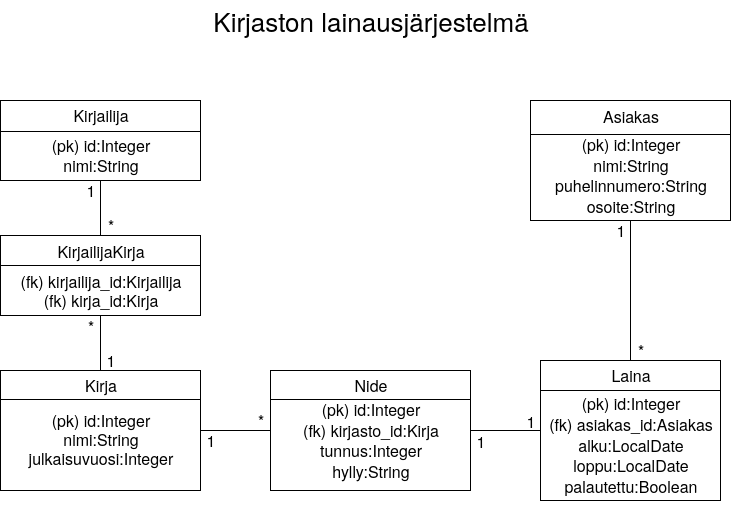
The draw.io diagram documentation/Tsoha2020.png in hmhei/Tsoha2020, before a commit. Source tidied: cells renumbered, new cells last; positions are measured from the earlier drawing's top-left corner, leaving out a move shared by most shapes.
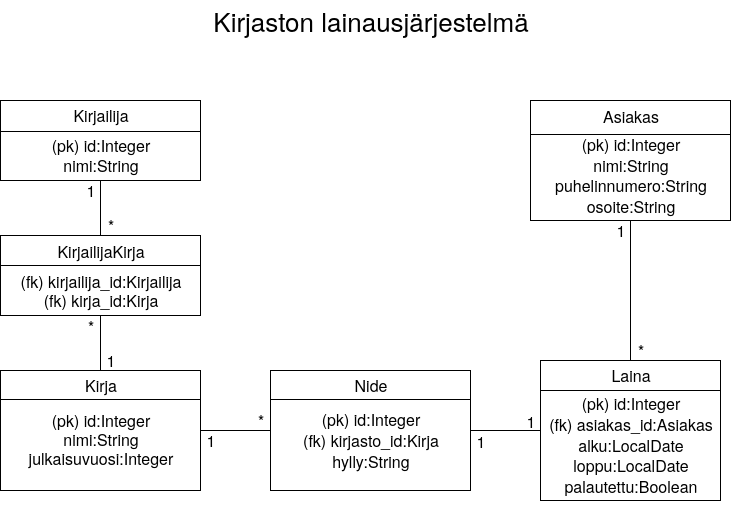
Above is the later version.

Commit message:
Niteestä poistettu turha tunnus

Diff of the diagram source:
```diff
@@ -23,7 +23,7 @@
     <mxCell id="8" value="&lt;div style=&quot;font-size: 16px&quot;&gt;&lt;font style=&quot;font-size: 16px&quot; face=&quot;Helvetica&quot;&gt;&lt;br&gt;&lt;/font&gt;&lt;/div&gt;&lt;div style=&quot;font-size: 16px&quot;&gt;&lt;font style=&quot;font-size: 16px&quot; face=&quot;Helvetica&quot;&gt;(pk) id:Integer&lt;/font&gt;&lt;/div&gt;&lt;div style=&quot;font-size: 16px&quot;&gt;&lt;font style=&quot;font-size: 16px&quot; face=&quot;Helvetica&quot;&gt;nimi:String&lt;/font&gt;&lt;/div&gt;" style="text;html=1;strokeColor=none;fillColor=none;align=center;verticalAlign=middle;whiteSpace=wrap;rounded=0;fontFamily=Times New Roman;" parent="1" vertex="1">
       <mxGeometry y="110" width="200" height="70" as="geometry" />
     </mxCell>
-    <mxCell id="9" value="&lt;div style=&quot;font-size: 16px&quot;&gt;&lt;font style=&quot;font-size: 16px&quot; face=&quot;Helvetica&quot;&gt;&lt;br&gt;&lt;/font&gt;&lt;/div&gt;&lt;div style=&quot;font-size: 16px&quot;&gt;&lt;font style=&quot;font-size: 16px&quot; face=&quot;Helvetica&quot;&gt;&lt;br&gt;&lt;/font&gt;&lt;/div&gt;&lt;div style=&quot;font-size: 16px&quot;&gt;&lt;font style=&quot;font-size: 16px&quot; face=&quot;Helvetica&quot;&gt;&lt;br&gt;&lt;/font&gt;&lt;/div&gt;&lt;div style=&quot;font-size: 16px&quot;&gt;&lt;font style=&quot;font-size: 16px&quot; face=&quot;Helvetica&quot;&gt;(pk) id:Integer&lt;/font&gt;&lt;/div&gt;&lt;div style=&quot;font-size: 16px&quot;&gt;&lt;font style=&quot;font-size: 16px&quot; face=&quot;Helvetica&quot;&gt;(fk) kirjasto_id:Kirja&lt;br&gt;&lt;/font&gt;&lt;/div&gt;&lt;div style=&quot;font-size: 16px&quot;&gt;&lt;font style=&quot;font-size: 16px&quot; face=&quot;Helvetica&quot;&gt;tunnus:Integer&lt;/font&gt;&lt;/div&gt;&lt;div style=&quot;font-size: 16px&quot;&gt;&lt;font style=&quot;font-size: 16px&quot; face=&quot;Helvetica&quot;&gt;hylly:String&lt;/font&gt;&lt;/div&gt;&lt;div style=&quot;font-size: 16px&quot;&gt;&lt;font style=&quot;font-size: 16px&quot; face=&quot;Helvetica&quot;&gt;&lt;br&gt;&lt;/font&gt;&lt;/div&gt;&lt;div style=&quot;font-size: 16px&quot;&gt;&lt;font style=&quot;font-size: 16px&quot; face=&quot;Helvetica&quot;&gt;&lt;br&gt;&lt;/font&gt;&lt;/div&gt;" style="text;html=1;strokeColor=none;fillColor=none;align=center;verticalAlign=middle;whiteSpace=wrap;rounded=0;fontFamily=Times New Roman;" parent="1" vertex="1">
+    <mxCell id="9" value="&lt;div style=&quot;font-size: 16px&quot;&gt;&lt;font style=&quot;font-size: 16px&quot; face=&quot;Helvetica&quot;&gt;&lt;br&gt;&lt;/font&gt;&lt;/div&gt;&lt;div style=&quot;font-size: 16px&quot;&gt;&lt;font style=&quot;font-size: 16px&quot; face=&quot;Helvetica&quot;&gt;&lt;br&gt;&lt;/font&gt;&lt;/div&gt;&lt;div style=&quot;font-size: 16px&quot;&gt;&lt;font style=&quot;font-size: 16px&quot; face=&quot;Helvetica&quot;&gt;&lt;br&gt;&lt;/font&gt;&lt;/div&gt;&lt;div style=&quot;font-size: 16px&quot;&gt;&lt;font style=&quot;font-size: 16px&quot; face=&quot;Helvetica&quot;&gt;(pk) id:Integer&lt;/font&gt;&lt;/div&gt;&lt;div style=&quot;font-size: 16px&quot;&gt;&lt;font style=&quot;font-size: 16px&quot; face=&quot;Helvetica&quot;&gt;(fk) kirjasto_id:Kirja&lt;br&gt;&lt;/font&gt;&lt;/div&gt;&lt;div style=&quot;font-size: 16px&quot;&gt;&lt;font style=&quot;font-size: 16px&quot; face=&quot;Helvetica&quot;&gt;hylly:String&lt;/font&gt;&lt;/div&gt;&lt;div style=&quot;font-size: 16px&quot;&gt;&lt;font style=&quot;font-size: 16px&quot; face=&quot;Helvetica&quot;&gt;&lt;br&gt;&lt;/font&gt;&lt;/div&gt;&lt;div style=&quot;font-size: 16px&quot;&gt;&lt;font style=&quot;font-size: 16px&quot; face=&quot;Helvetica&quot;&gt;&lt;br&gt;&lt;/font&gt;&lt;/div&gt;" style="text;html=1;strokeColor=none;fillColor=none;align=center;verticalAlign=middle;whiteSpace=wrap;rounded=0;fontFamily=Times New Roman;" parent="1" vertex="1">
       <mxGeometry x="270" y="370" width="200" height="120" as="geometry" />
     </mxCell>
     <mxCell id="10" style="endArrow=none;html=1;fontFamily=Times New Roman;entryX=1;entryY=0.5;entryDx=0;entryDy=0;exitX=0;exitY=0.5;exitDx=0;exitDy=0;" parent="1" edge="1" source="9" target="3">
```
